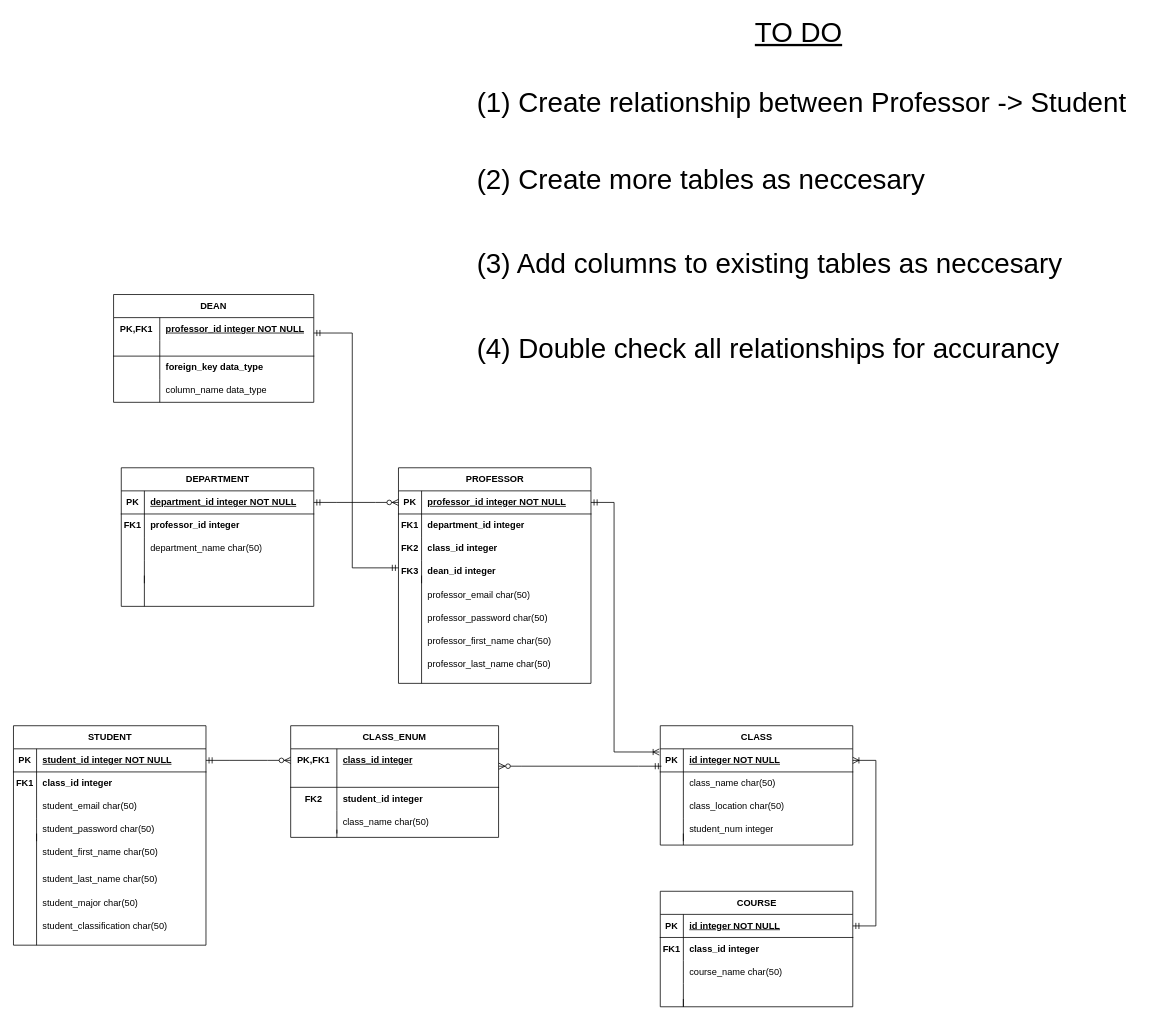
This is ERD_Diagrams/Group_Project_ERD.drawio from jeeweelee/CRUD, a draw.io file, before an edit. Source tidied: cells renumbered, new cells numbered last; positions are measured from the earlier drawing's top-left corner, leaving out a move shared by most shapes. Both pictures are drawn from the tidied source at 77%, with x=0, y=0 at pixel (13, 13).
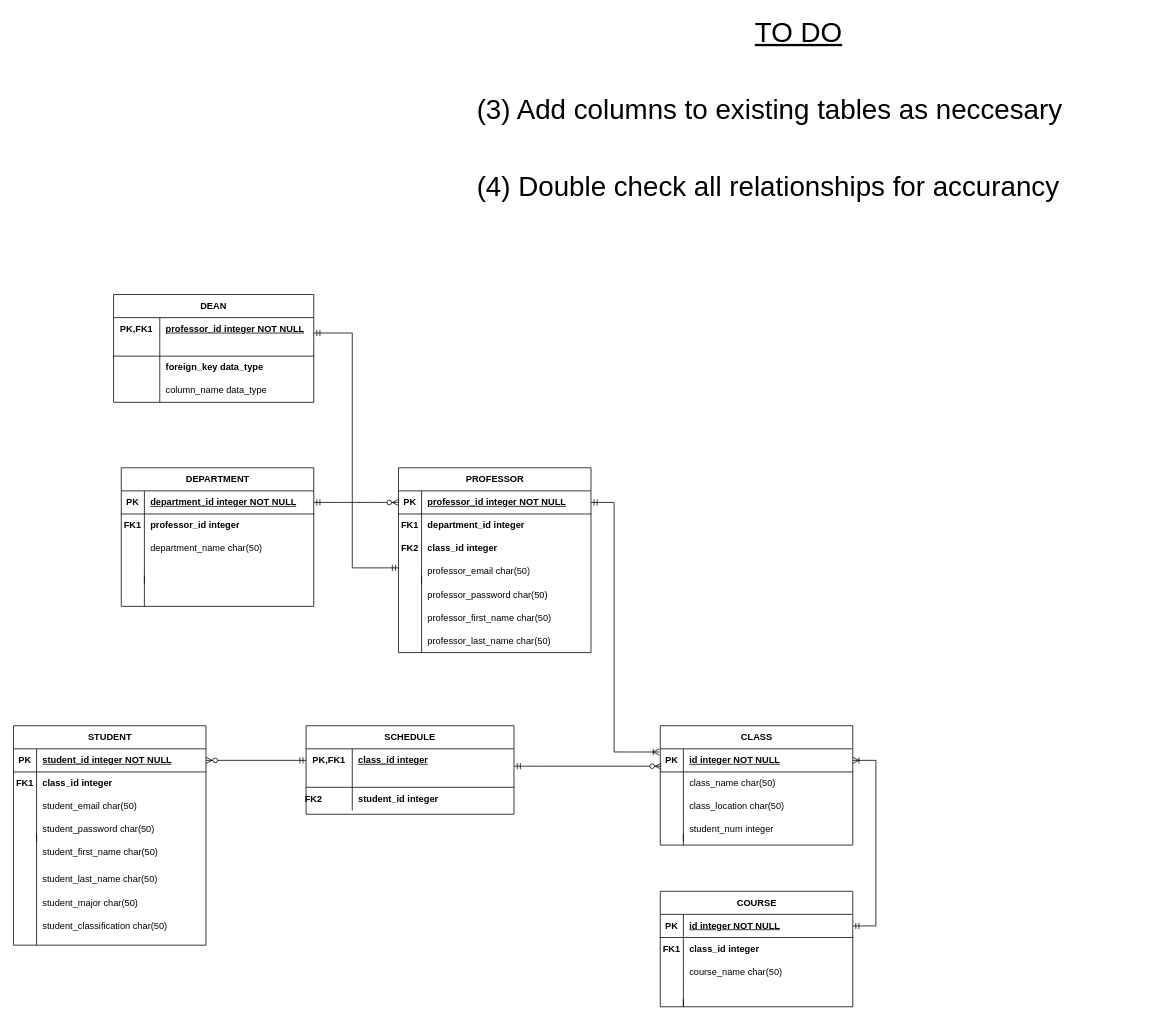
After the change.

The change refers to these unchanged cells:
```xml
<mxCell id="3" style="shape=tableRow;horizontal=0;startSize=0;swimlaneHead=0;swimlaneBody=0;fillColor=none;points=[[0,0.5],[1,0.5]];portConstraint=eastwest;top=0;left=0;right=0;bottom=1;" parent="2" vertex="1">
  <mxGeometry y="30" width="250" height="30" as="geometry" />
</mxCell>
<mxCell id="66" style="shape=tableRow;horizontal=0;startSize=0;swimlaneHead=0;swimlaneBody=0;fillColor=none;points=[[0,0.5],[1,0.5]];portConstraint=eastwest;top=0;left=0;right=0;bottom=1;" parent="65" vertex="1">
  <mxGeometry y="30" width="250" height="30" as="geometry" />
</mxCell>
<mxCell id="81" style="shape=tableRow;horizontal=0;startSize=0;swimlaneHead=0;swimlaneBody=0;fillColor=none;points=[[0,0.5],[1,0.5]];portConstraint=eastwest;top=0;left=0;right=0;bottom=0;html=1;" parent="80" vertex="1">
  <mxGeometry y="30" width="270" height="30" as="geometry" />
</mxCell>
```

The edit, as a diff of the source:
```diff
@@
     <mxCell id="34" value="PROFESSOR" style="shape=table;startSize=30;childLayout=tableLayout;rowLines=0;fontStyle=1;align=center;html=1;" parent="1" vertex="1">
-      <mxGeometry x="500" y="590" width="250" height="280" as="geometry" />
+      <mxGeometry x="500" y="590" width="250" height="240" as="geometry" />
     </mxCell>
@@
     <mxCell id="48" style="endArrow=none;html=1;rounded=0;" parent="1" edge="1">
       <mxGeometry relative="1" as="geometry">
-        <mxPoint x="530" y="870" as="sourcePoint" />
+        <mxPoint x="530" y="830" as="sourcePoint" />
         <mxPoint x="530" y="730" as="targetPoint" />
       </mxGeometry>
     </mxCell>
@@
-    <mxCell id="80" value="CLASS_ENUM" style="shape=table;startSize=30;childLayout=tableLayout;rowLines=0;fontStyle=1;align=center;html=1;whiteSpace=wrap;" parent="1" vertex="1">
-      <mxGeometry x="360" y="925" width="270" height="145" as="geometry" />
+    <mxCell id="80" value="SCHEDULE" style="shape=table;startSize=30;childLayout=tableLayout;rowLines=0;fontStyle=1;align=center;html=1;whiteSpace=wrap;" parent="1" vertex="1">
+      <mxGeometry x="380" y="925" width="270" height="115" as="geometry" />
     </mxCell>
@@
-    <mxCell id="90" style="shape=tableRow;horizontal=0;startSize=0;swimlaneHead=0;swimlaneBody=0;fillColor=none;top=0;left=0;right=0;bottom=0;html=1;" parent="80" vertex="1">
-      <mxGeometry y="110" width="270" height="30" as="geometry" />
-    </mxCell>
-    <mxCell id="91" style="shape=partialRectangle;fillColor=none;top=0;left=0;bottom=0;right=0;overflow=hidden;html=1;whiteSpace=wrap;" parent="90" vertex="1">
-      <mxGeometry width="60" height="30" as="geometry" />
-    </mxCell>
-    <mxCell id="92" value="class_name char(50)" style="shape=partialRectangle;fillColor=none;top=0;left=0;bottom=0;right=0;align=left;spacingLeft=6;overflow=hidden;html=1;whiteSpace=wrap;" parent="90" vertex="1">
-      <mxGeometry x="60" width="210" height="30" as="geometry" />
-    </mxCell>
@@
-    <mxCell id="94" style="endArrow=none;html=1;rounded=0;" parent="1" edge="1">
-      <mxGeometry relative="1" as="geometry">
-        <mxPoint x="420" y="1070" as="sourcePoint" />
-        <mxPoint x="420" y="1060" as="targetPoint" />
-      </mxGeometry>
-    </mxCell>
-    <mxCell id="95" style="edgeStyle=entityRelationEdgeStyle;fontSize=12;html=1;endArrow=ERzeroToMany;startArrow=ERmandOne;rounded=0;entryX=0;entryY=0.5;entryDx=0;entryDy=0;exitX=1;exitY=0.5;exitDx=0;exitDy=0;" parent="1" edge="1" source="3" target="81">
-      <mxGeometry relative="1" as="geometry" />
-    </mxCell>
-    <mxCell id="96" style="edgeStyle=entityRelationEdgeStyle;fontSize=12;html=1;endArrow=ERzeroToMany;startArrow=ERmandOne;rounded=0;entryX=1.001;entryY=0.752;entryDx=0;entryDy=0;exitX=0.006;exitY=0.752;exitDx=0;exitDy=0;entryPerimeter=0;exitPerimeter=0;" parent="1" edge="1" source="66" target="81">
-      <mxGeometry relative="1" as="geometry" />
-    </mxCell>
@@
     <mxCell id="109" value="professor_password char(50)" style="shape=partialRectangle;fillColor=none;top=0;left=0;bottom=0;right=0;align=left;spacingLeft=6;overflow=hidden;whiteSpace=wrap;html=1;" parent="1" vertex="1">
-      <mxGeometry x="530" y="770" width="220" height="30" as="geometry" />
+      <mxGeometry x="530" y="740" width="220" height="30" as="geometry" />
     </mxCell>
     <mxCell id="110" value="professor_first_name char(50)" style="shape=partialRectangle;fillColor=none;top=0;left=0;bottom=0;right=0;align=left;spacingLeft=6;overflow=hidden;whiteSpace=wrap;html=1;" parent="1" vertex="1">
-      <mxGeometry x="530" y="800" width="220" height="30" as="geometry" />
+      <mxGeometry x="530" y="770" width="220" height="30" as="geometry" />
     </mxCell>
     <mxCell id="111" value="professor_last_name char(50)" style="shape=partialRectangle;fillColor=none;top=0;left=0;bottom=0;right=0;align=left;spacingLeft=6;overflow=hidden;whiteSpace=wrap;html=1;" parent="1" vertex="1">
-      <mxGeometry x="530" y="830" width="220" height="30" as="geometry" />
+      <mxGeometry x="530" y="800" width="220" height="30" as="geometry" />
     </mxCell>
     <mxCell id="112" value="professor_email char(50)" style="shape=partialRectangle;fillColor=none;top=0;left=0;bottom=0;right=0;align=left;spacingLeft=6;overflow=hidden;whiteSpace=wrap;html=1;" parent="1" vertex="1">
-      <mxGeometry x="530" y="740" width="220" height="30" as="geometry" />
+      <mxGeometry x="530" y="710" width="220" height="30" as="geometry" />
     </mxCell>
@@
-    <mxCell id="117" value="&lt;b&gt;dean_id integer&lt;/b&gt;" style="shape=partialRectangle;fillColor=none;top=0;left=0;bottom=0;right=0;align=left;spacingLeft=6;overflow=hidden;whiteSpace=wrap;html=1;" parent="1" vertex="1">
-      <mxGeometry x="530" y="710" width="220" height="30" as="geometry" />
-    </mxCell>
-    <mxCell id="118" value="FK3" style="shape=partialRectangle;fillColor=none;top=0;left=0;bottom=0;right=0;fontStyle=1;overflow=hidden;whiteSpace=wrap;html=1;" parent="1" vertex="1">
-      <mxGeometry x="500" y="710" width="30" height="30" as="geometry" />
-    </mxCell>
-    <mxCell id="119" value="&lt;font style=&quot;font-size: 36px;&quot;&gt;(1) Create relationship between Professor -&amp;gt; Student&lt;/font&gt;" style="text;html=1;align=left;verticalAlign=middle;whiteSpace=wrap;rounded=0;" parent="1" vertex="1">
-      <mxGeometry x="600" y="60" width="880" height="110" as="geometry" />
-    </mxCell>
@@
-    <mxCell id="121" value="&lt;font style=&quot;font-size: 36px;&quot;&gt;(2) Create more tables as neccesary&lt;/font&gt;" style="text;html=1;align=left;verticalAlign=middle;whiteSpace=wrap;rounded=0;" parent="1" vertex="1">
-      <mxGeometry x="600" y="160" width="880" height="110" as="geometry" />
-    </mxCell>
     <mxCell id="122" value="&lt;font style=&quot;font-size: 36px;&quot;&gt;(3) Add columns to existing tables as neccesary&lt;/font&gt;" style="text;html=1;align=left;verticalAlign=middle;whiteSpace=wrap;rounded=0;" parent="1" vertex="1">
-      <mxGeometry x="600" y="270" width="880" height="110" as="geometry" />
+      <mxGeometry x="600" y="70" width="880" height="110" as="geometry" />
     </mxCell>
     <mxCell id="123" value="&lt;font style=&quot;font-size: 36px;&quot;&gt;(4) Double check all relationships for accurancy&lt;/font&gt;" style="text;html=1;align=left;verticalAlign=middle;whiteSpace=wrap;rounded=0;" parent="1" vertex="1">
-      <mxGeometry x="600" y="380" width="880" height="110" as="geometry" />
+      <mxGeometry x="600" y="170" width="880" height="110" as="geometry" />
     </mxCell>
@@
+    <mxCell id="95" style="edgeStyle=entityRelationEdgeStyle;fontSize=12;html=1;endArrow=ERzeroToMany;startArrow=ERmandOne;rounded=0;entryX=1;entryY=0.5;entryDx=0;entryDy=0;exitX=0;exitY=0.5;exitDx=0;exitDy=0;" parent="1" edge="1" source="81" target="3">
+      <mxGeometry relative="1" as="geometry" />
+    </mxCell>
+    <mxCell id="96" style="edgeStyle=entityRelationEdgeStyle;fontSize=12;html=1;endArrow=ERzeroToMany;startArrow=ERmandOne;rounded=0;entryX=0.006;entryY=0.752;entryDx=0;entryDy=0;exitX=1.001;exitY=0.752;exitDx=0;exitDy=0;entryPerimeter=0;exitPerimeter=0;" parent="1" edge="1" source="81" target="66">
+      <mxGeometry relative="1" as="geometry" />
+    </mxCell>
```
